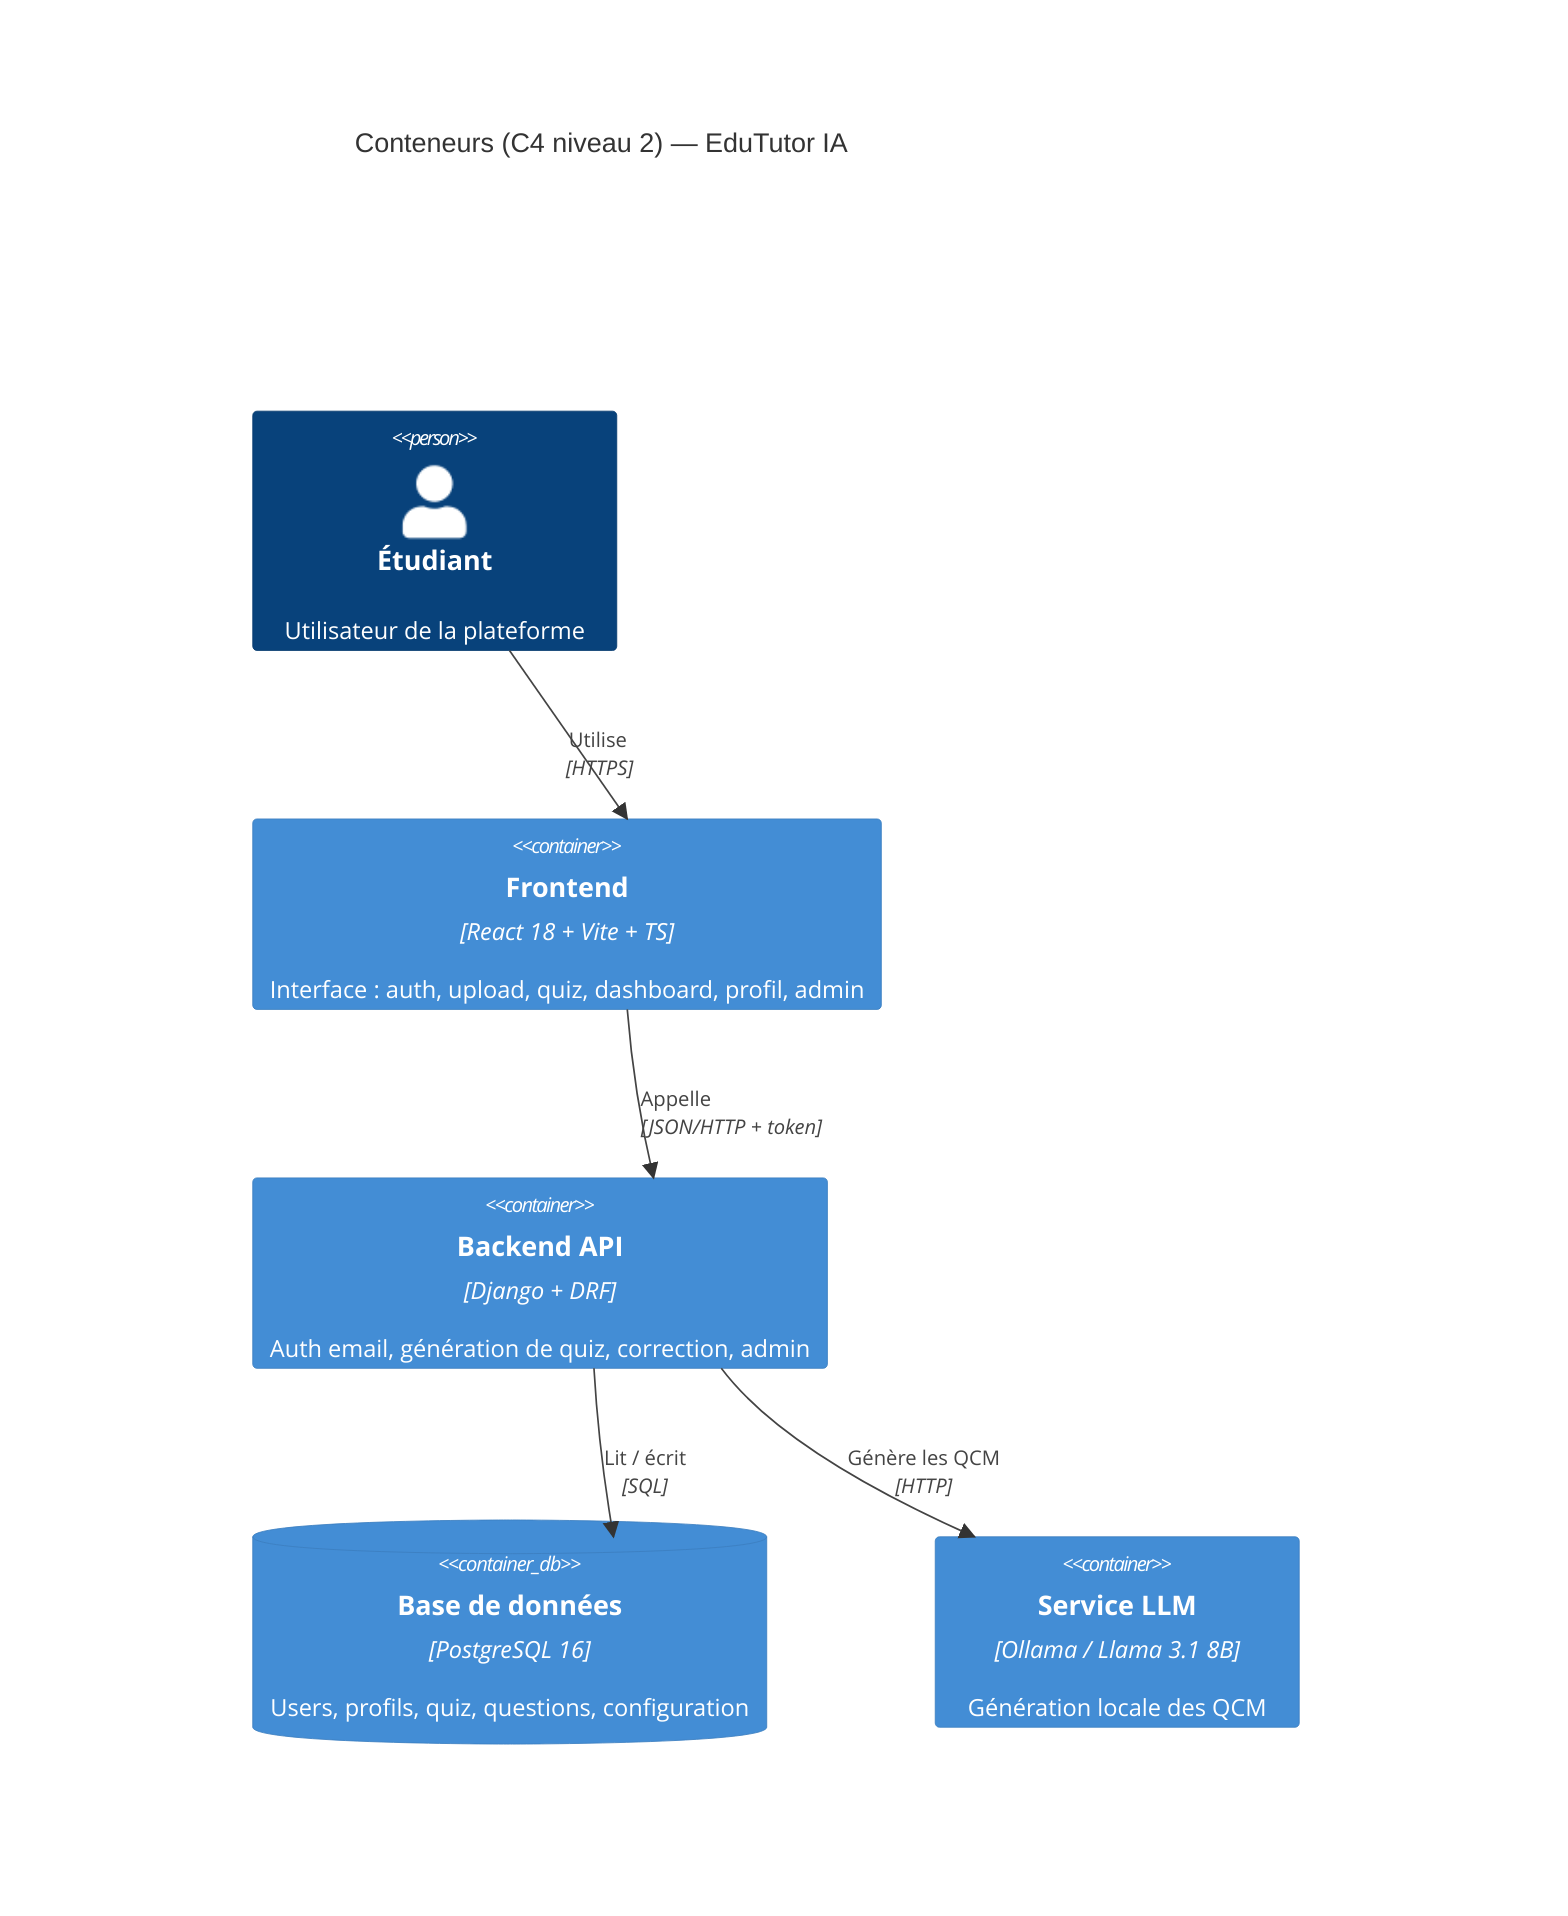
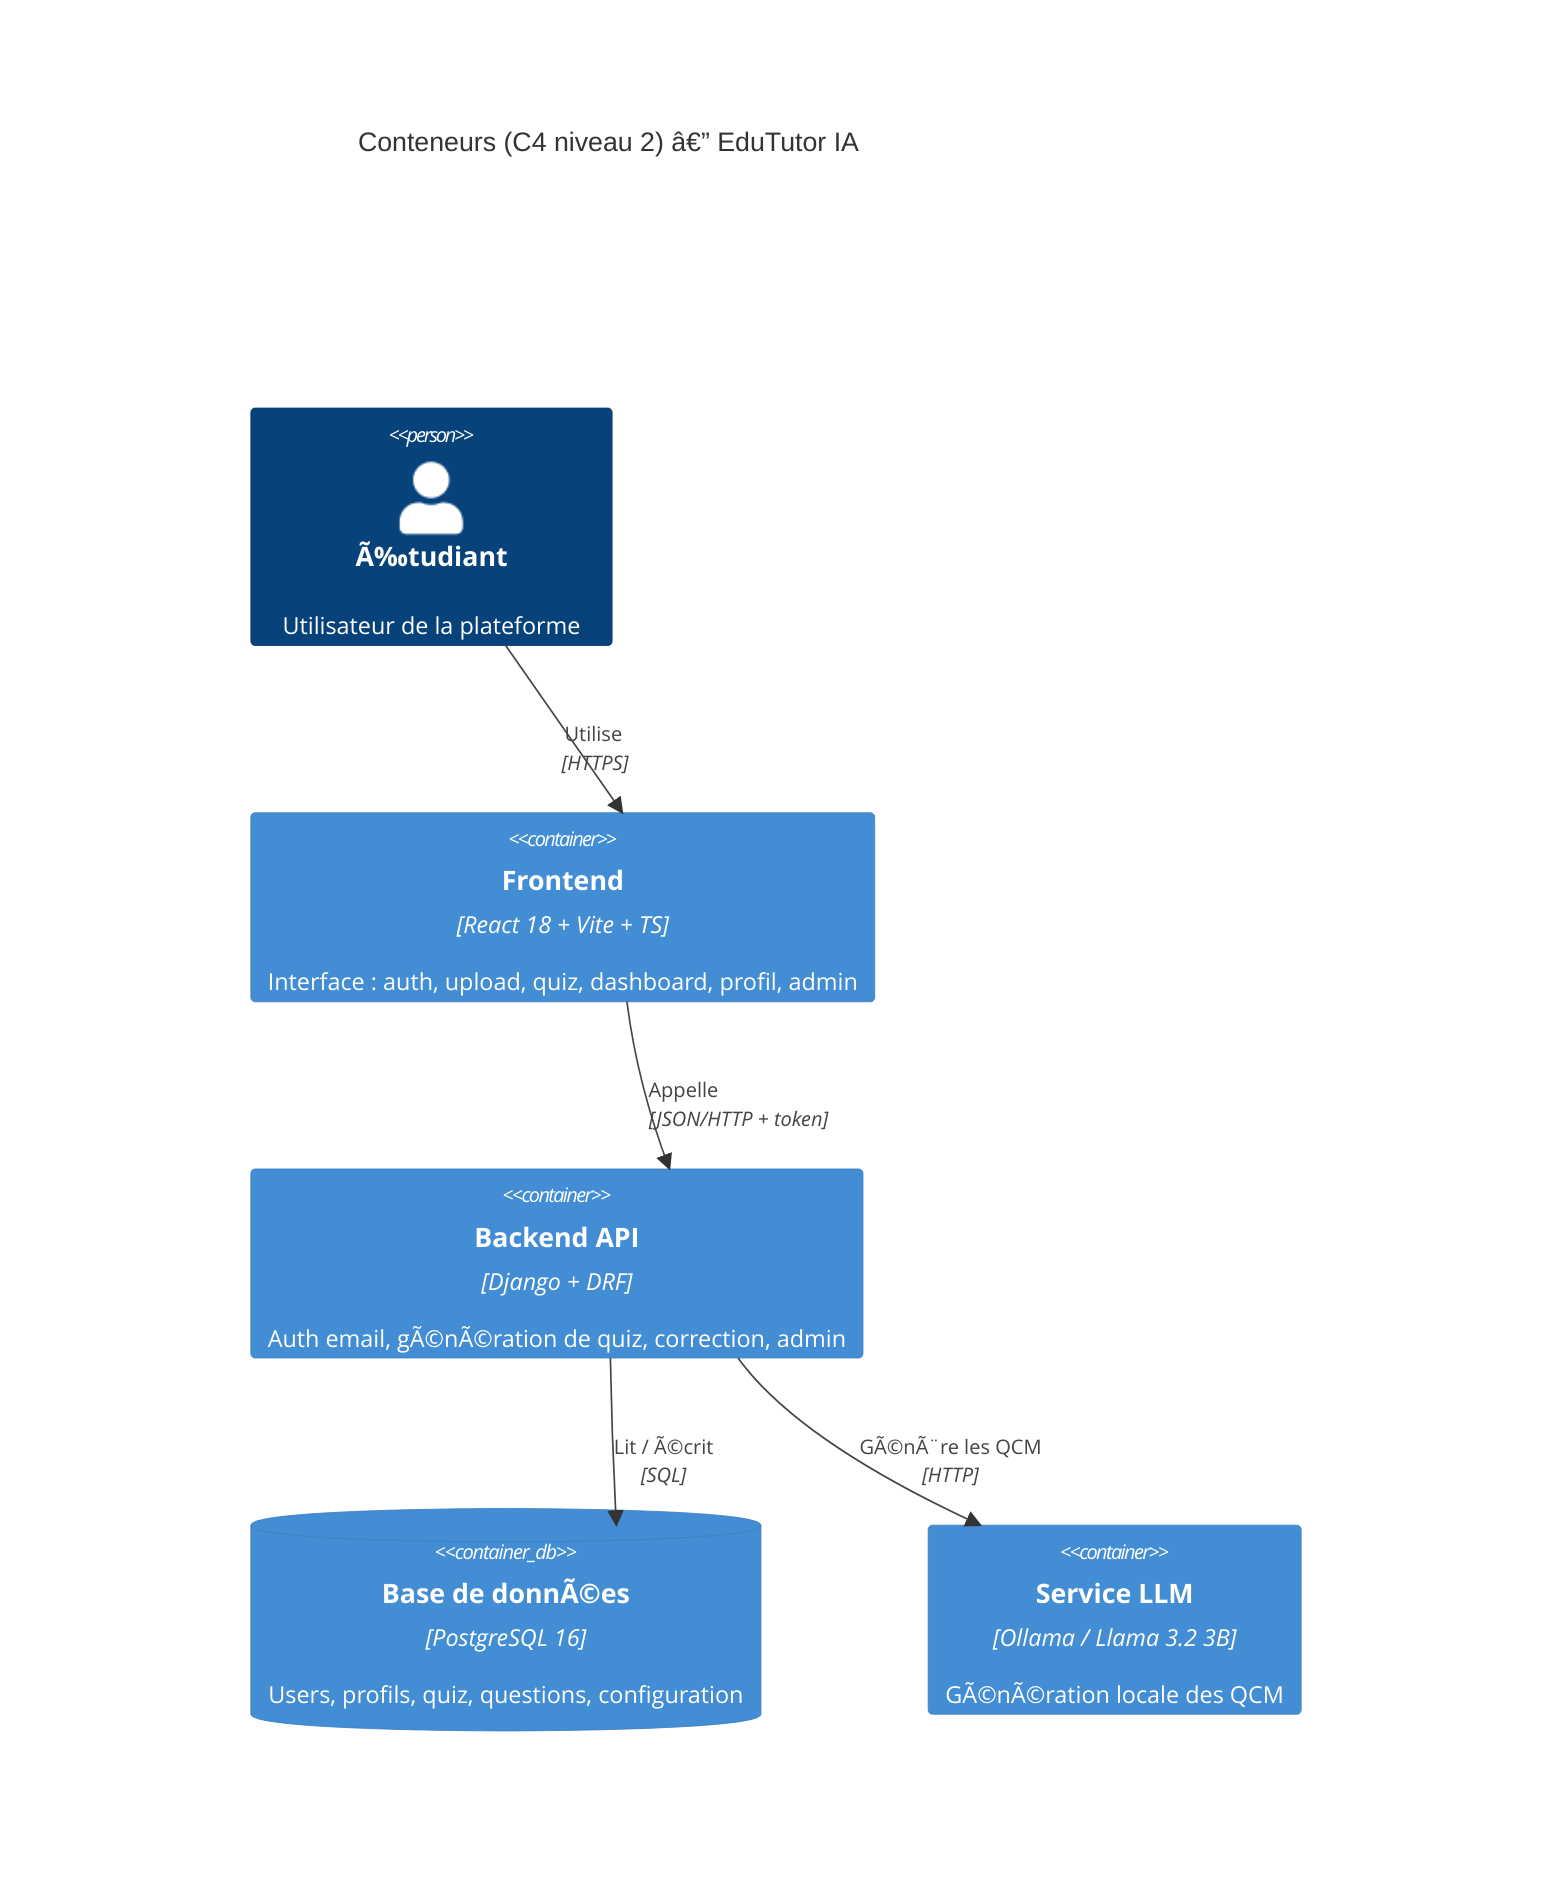
- %% C4 niveau 2 — Diagramme de conteneurs (EduTutor IA)
+ %% C4 niveau 2 â€” Diagramme de conteneurs (EduTutor IA)
C4Container
-   title Conteneurs (C4 niveau 2) — EduTutor IA
-   Person(etudiant, "Étudiant", "Utilisateur de la plateforme")
+   title Conteneurs (C4 niveau 2) â€” EduTutor IA
+   Person(etudiant, "Ã‰tudiant", "Utilisateur de la plateforme")
  Container(spa, "Frontend", "React 18 + Vite + TS", "Interface : auth, upload, quiz, dashboard, profil, admin")
-   Container(api, "Backend API", "Django + DRF", "Auth email, génération de quiz, correction, admin")
-   ContainerDb(db, "Base de données", "PostgreSQL 16", "Users, profils, quiz, questions, configuration")
-   Container(ollama, "Service LLM", "Ollama / Llama 3.1 8B", "Génération locale des QCM")
+   Container(api, "Backend API", "Django + DRF", "Auth email, gÃ©nÃ©ration de quiz, correction, admin")
+   ContainerDb(db, "Base de donnÃ©es", "PostgreSQL 16", "Users, profils, quiz, questions, configuration")
+   Container(ollama, "Service LLM", "Ollama / Llama 3.2 3B", "GÃ©nÃ©ration locale des QCM")

  Rel(etudiant, spa, "Utilise", "HTTPS")
  Rel(spa, api, "Appelle", "JSON/HTTP + token")
-   Rel(api, db, "Lit / écrit", "SQL")
-   Rel(api, ollama, "Génère les QCM", "HTTP")
+   Rel(api, db, "Lit / Ã©crit", "SQL")
+   Rel(api, ollama, "GÃ©nÃ¨re les QCM", "HTTP")
